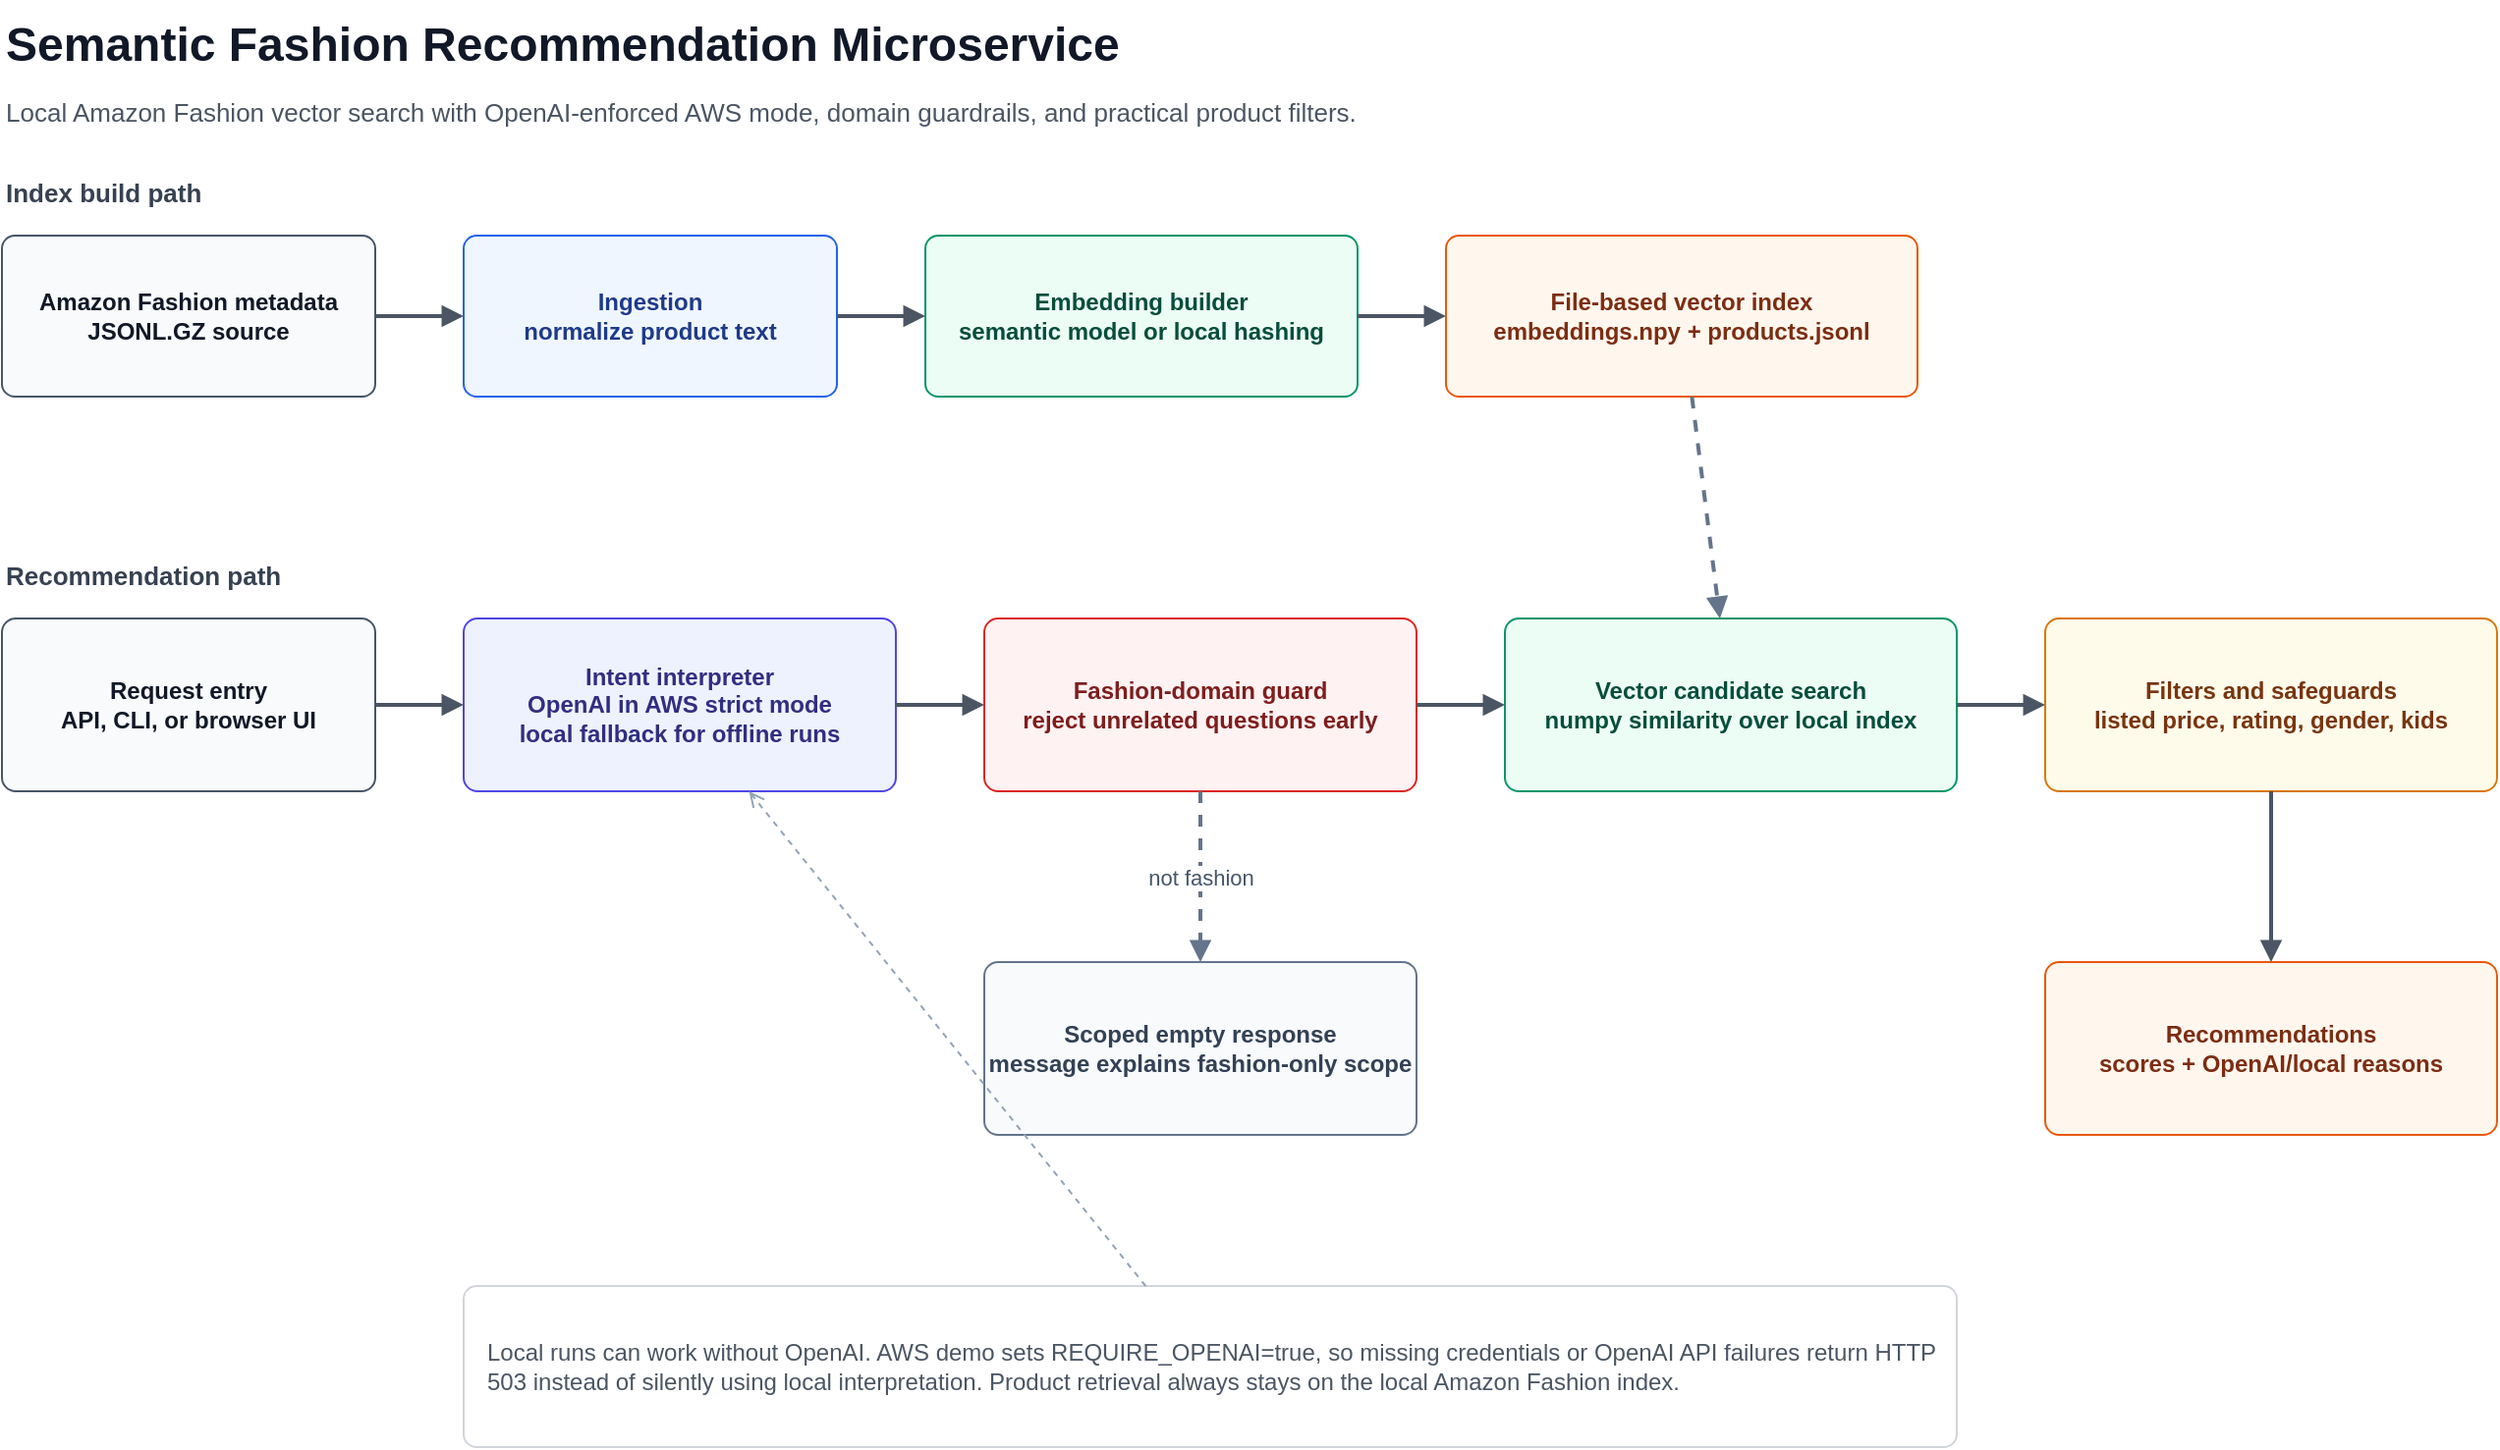
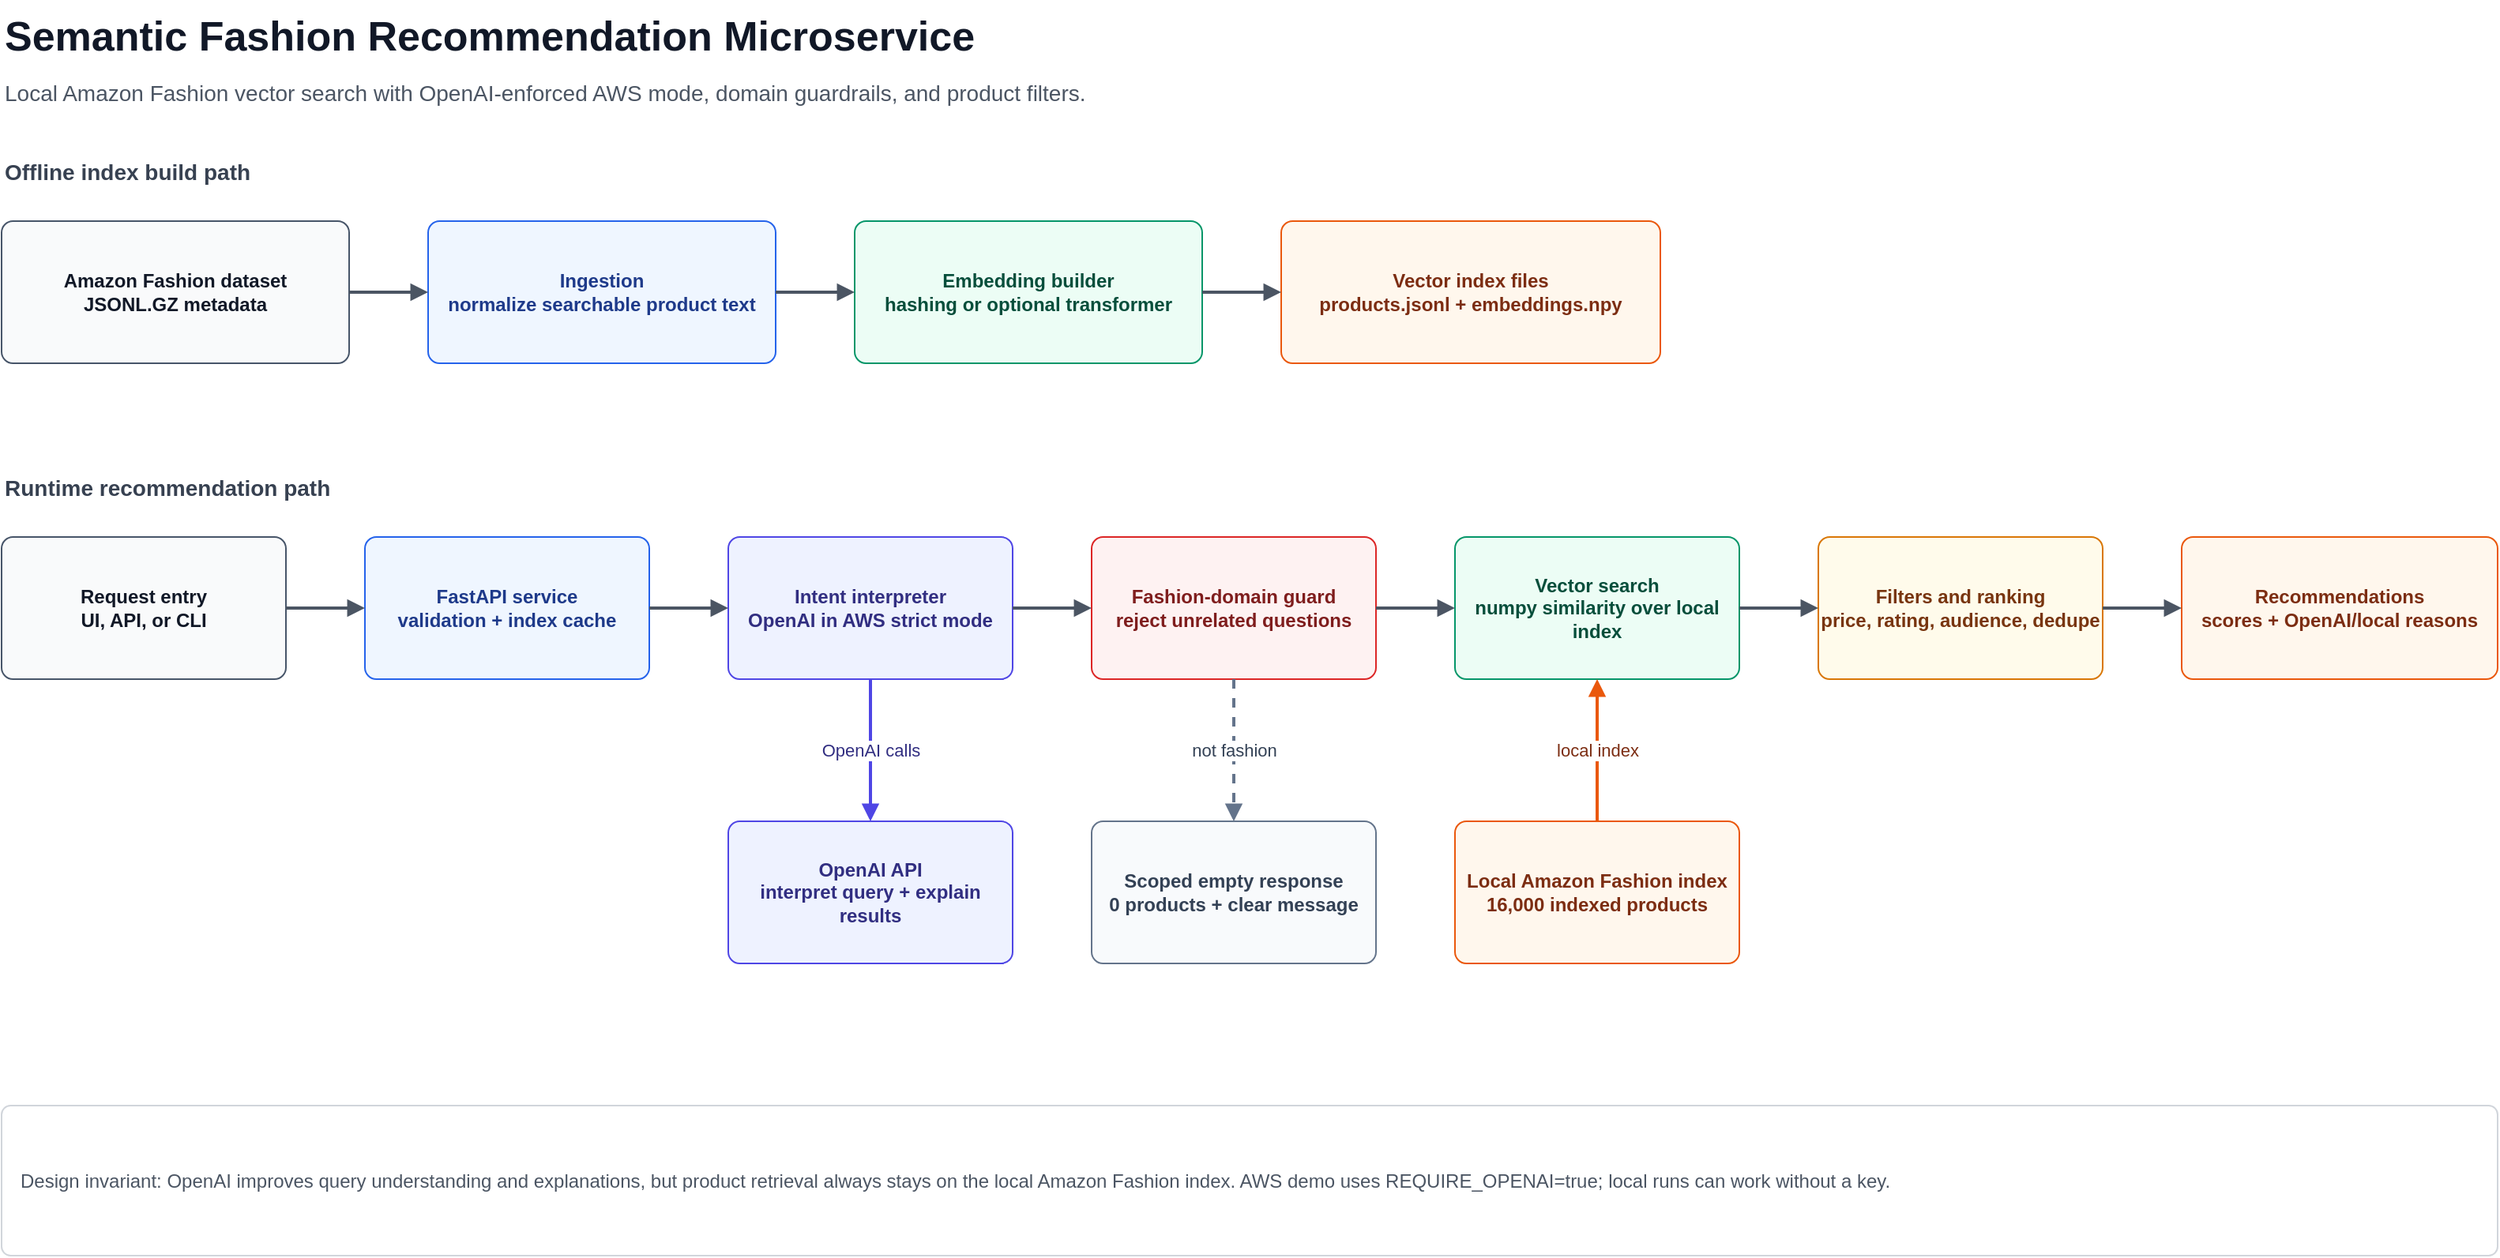
- <mxfile host="app.diagrams.net" modified="2026-07-01T00:00:00.000Z" agent="draw.io" version="24.7.17">
+ <mxfile host="app.diagrams.net" modified="2026-07-02T00:00:00.000Z" agent="draw.io" version="24.7.17">
  <diagram id="semantic-fashion-recommender" name="Architecture">
-     <mxGraphModel dx="1500" dy="900" grid="1" gridSize="10" guides="1" tooltips="1" connect="1" arrows="1" fold="1" page="1" pageScale="1" pageWidth="1500" pageHeight="900" math="0" shadow="0">
+     <mxGraphModel dx="1800" dy="950" grid="1" gridSize="10" guides="1" tooltips="1" connect="1" arrows="1" fold="1" page="1" pageScale="1" pageWidth="1800" pageHeight="950" math="0" shadow="0">
      <root>
        <mxCell id="0" />
        <mxCell id="1" parent="0" />
-         <mxCell id="title" value="Semantic Fashion Recommendation Microservice" style="text;html=1;strokeColor=none;fillColor=none;fontSize=24;fontStyle=1;fontColor=#111827;align=left;verticalAlign=middle;whiteSpace=wrap;rounded=0;" vertex="1" parent="1">
-           <mxGeometry x="60" y="35" width="650" height="45" as="geometry" />
+         <mxCell id="title" value="Semantic Fashion Recommendation Microservice" style="text;html=1;strokeColor=none;fillColor=none;fontSize=26;fontStyle=1;fontColor=#111827;align=left;verticalAlign=middle;whiteSpace=wrap;rounded=0;" vertex="1" parent="1">
+           <mxGeometry x="70" y="35" width="720" height="45" as="geometry" />
        </mxCell>
-         <mxCell id="subtitle" value="Local Amazon Fashion vector search with OpenAI-enforced AWS mode, domain guardrails, and practical product filters." style="text;html=1;strokeColor=none;fillColor=none;fontSize=13;fontColor=#4b5563;align=left;verticalAlign=middle;whiteSpace=wrap;rounded=0;" vertex="1" parent="1">
-           <mxGeometry x="60" y="78" width="760" height="28" as="geometry" />
+         <mxCell id="subtitle" value="Local Amazon Fashion vector search with OpenAI-enforced AWS mode, domain guardrails, and product filters." style="text;html=1;strokeColor=none;fillColor=none;fontSize=14;fontColor=#4b5563;align=left;verticalAlign=middle;whiteSpace=wrap;rounded=0;" vertex="1" parent="1">
+           <mxGeometry x="70" y="80" width="980" height="28" as="geometry" />
        </mxCell>

-         <mxCell id="offlineLabel" value="Index build path" style="text;html=1;strokeColor=none;fillColor=none;fontSize=13;fontStyle=1;fontColor=#374151;align=left;verticalAlign=middle;whiteSpace=wrap;rounded=0;" vertex="1" parent="1">
-           <mxGeometry x="60" y="120" width="180" height="26" as="geometry" />
+         <mxCell id="offlineLabel" value="Offline index build path" style="text;html=1;strokeColor=none;fillColor=none;fontSize=14;fontStyle=1;fontColor=#374151;align=left;verticalAlign=middle;whiteSpace=wrap;rounded=0;" vertex="1" parent="1">
+           <mxGeometry x="70" y="130" width="260" height="28" as="geometry" />
        </mxCell>
-         <mxCell id="dataset" value="Amazon Fashion metadata&#xa;JSONL.GZ source" style="rounded=1;whiteSpace=wrap;html=1;arcSize=8;fillColor=#f9fafb;strokeColor=#475569;fontColor=#111827;fontStyle=1;" vertex="1" parent="1">
-           <mxGeometry x="60" y="155" width="190" height="82" as="geometry" />
+         <mxCell id="dataset" value="Amazon Fashion dataset&#xa;JSONL.GZ metadata" style="rounded=1;whiteSpace=wrap;html=1;arcSize=8;fillColor=#f9fafb;strokeColor=#475569;fontColor=#111827;fontStyle=1;" vertex="1" parent="1">
+           <mxGeometry x="70" y="175" width="220" height="90" as="geometry" />
        </mxCell>
-         <mxCell id="ingest" value="Ingestion&#xa;normalize product text" style="rounded=1;whiteSpace=wrap;html=1;arcSize=8;fillColor=#eff6ff;strokeColor=#2563eb;fontColor=#1e3a8a;fontStyle=1;" vertex="1" parent="1">
-           <mxGeometry x="295" y="155" width="190" height="82" as="geometry" />
+         <mxCell id="ingest" value="Ingestion&#xa;normalize searchable product text" style="rounded=1;whiteSpace=wrap;html=1;arcSize=8;fillColor=#eff6ff;strokeColor=#2563eb;fontColor=#1e3a8a;fontStyle=1;" vertex="1" parent="1">
+           <mxGeometry x="340" y="175" width="220" height="90" as="geometry" />
        </mxCell>
-         <mxCell id="embed" value="Embedding builder&#xa;semantic model or local hashing" style="rounded=1;whiteSpace=wrap;html=1;arcSize=8;fillColor=#ecfdf5;strokeColor=#059669;fontColor=#064e3b;fontStyle=1;" vertex="1" parent="1">
-           <mxGeometry x="530" y="155" width="220" height="82" as="geometry" />
+         <mxCell id="embed" value="Embedding builder&#xa;hashing or optional transformer" style="rounded=1;whiteSpace=wrap;html=1;arcSize=8;fillColor=#ecfdf5;strokeColor=#059669;fontColor=#064e3b;fontStyle=1;" vertex="1" parent="1">
+           <mxGeometry x="610" y="175" width="220" height="90" as="geometry" />
        </mxCell>
-         <mxCell id="index" value="File-based vector index&#xa;embeddings.npy + products.jsonl" style="rounded=1;whiteSpace=wrap;html=1;arcSize=8;fillColor=#fff7ed;strokeColor=#ea580c;fontColor=#7c2d12;fontStyle=1;" vertex="1" parent="1">
-           <mxGeometry x="795" y="155" width="240" height="82" as="geometry" />
+         <mxCell id="indexBuild" value="Vector index files&#xa;products.jsonl + embeddings.npy" style="rounded=1;whiteSpace=wrap;html=1;arcSize=8;fillColor=#fff7ed;strokeColor=#ea580c;fontColor=#7c2d12;fontStyle=1;" vertex="1" parent="1">
+           <mxGeometry x="880" y="175" width="240" height="90" as="geometry" />
        </mxCell>

-         <mxCell id="runtimeLabel" value="Recommendation path" style="text;html=1;strokeColor=none;fillColor=none;fontSize=13;fontStyle=1;fontColor=#374151;align=left;verticalAlign=middle;whiteSpace=wrap;rounded=0;" vertex="1" parent="1">
-           <mxGeometry x="60" y="315" width="210" height="26" as="geometry" />
+         <mxCell id="runtimeLabel" value="Runtime recommendation path" style="text;html=1;strokeColor=none;fillColor=none;fontSize=14;fontStyle=1;fontColor=#374151;align=left;verticalAlign=middle;whiteSpace=wrap;rounded=0;" vertex="1" parent="1">
+           <mxGeometry x="70" y="330" width="280" height="28" as="geometry" />
        </mxCell>
-         <mxCell id="entry" value="Request entry&#xa;API, CLI, or browser UI" style="rounded=1;whiteSpace=wrap;html=1;arcSize=8;fillColor=#f9fafb;strokeColor=#475569;fontColor=#111827;fontStyle=1;" vertex="1" parent="1">
-           <mxGeometry x="60" y="350" width="190" height="88" as="geometry" />
+         <mxCell id="client" value="Request entry&#xa;UI, API, or CLI" style="rounded=1;whiteSpace=wrap;html=1;arcSize=8;fillColor=#f9fafb;strokeColor=#475569;fontColor=#111827;fontStyle=1;" vertex="1" parent="1">
+           <mxGeometry x="70" y="375" width="180" height="90" as="geometry" />
        </mxCell>
-         <mxCell id="intent" value="Intent interpreter&#xa;OpenAI in AWS strict mode&#xa;local fallback for offline runs" style="rounded=1;whiteSpace=wrap;html=1;arcSize=8;fillColor=#eef2ff;strokeColor=#4f46e5;fontColor=#312e81;fontStyle=1;" vertex="1" parent="1">
-           <mxGeometry x="295" y="350" width="220" height="88" as="geometry" />
+         <mxCell id="api" value="FastAPI service&#xa;validation + index cache" style="rounded=1;whiteSpace=wrap;html=1;arcSize=8;fillColor=#eff6ff;strokeColor=#2563eb;fontColor=#1e3a8a;fontStyle=1;" vertex="1" parent="1">
+           <mxGeometry x="300" y="375" width="180" height="90" as="geometry" />
        </mxCell>
-         <mxCell id="guard" value="Fashion-domain guard&#xa;reject unrelated questions early" style="rounded=1;whiteSpace=wrap;html=1;arcSize=8;fillColor=#fef2f2;strokeColor=#dc2626;fontColor=#7f1d1d;fontStyle=1;" vertex="1" parent="1">
-           <mxGeometry x="560" y="350" width="220" height="88" as="geometry" />
+         <mxCell id="intent" value="Intent interpreter&#xa;OpenAI in AWS strict mode" style="rounded=1;whiteSpace=wrap;html=1;arcSize=8;fillColor=#eef2ff;strokeColor=#4f46e5;fontColor=#312e81;fontStyle=1;" vertex="1" parent="1">
+           <mxGeometry x="530" y="375" width="180" height="90" as="geometry" />
        </mxCell>
-         <mxCell id="search" value="Vector candidate search&#xa;numpy similarity over local index" style="rounded=1;whiteSpace=wrap;html=1;arcSize=8;fillColor=#ecfdf5;strokeColor=#059669;fontColor=#064e3b;fontStyle=1;" vertex="1" parent="1">
-           <mxGeometry x="825" y="350" width="230" height="88" as="geometry" />
+         <mxCell id="guard" value="Fashion-domain guard&#xa;reject unrelated questions" style="rounded=1;whiteSpace=wrap;html=1;arcSize=8;fillColor=#fef2f2;strokeColor=#dc2626;fontColor=#7f1d1d;fontStyle=1;" vertex="1" parent="1">
+           <mxGeometry x="760" y="375" width="180" height="90" as="geometry" />
        </mxCell>
-         <mxCell id="filters" value="Filters and safeguards&#xa;listed price, rating, gender, kids" style="rounded=1;whiteSpace=wrap;html=1;arcSize=8;fillColor=#fffbeb;strokeColor=#d97706;fontColor=#78350f;fontStyle=1;" vertex="1" parent="1">
-           <mxGeometry x="1100" y="350" width="230" height="88" as="geometry" />
+         <mxCell id="search" value="Vector search&#xa;numpy similarity over local index" style="rounded=1;whiteSpace=wrap;html=1;arcSize=8;fillColor=#ecfdf5;strokeColor=#059669;fontColor=#064e3b;fontStyle=1;" vertex="1" parent="1">
+           <mxGeometry x="990" y="375" width="180" height="90" as="geometry" />
+         </mxCell>
+         <mxCell id="rank" value="Filters and ranking&#xa;price, rating, audience, dedupe" style="rounded=1;whiteSpace=wrap;html=1;arcSize=8;fillColor=#fffbeb;strokeColor=#d97706;fontColor=#78350f;fontStyle=1;" vertex="1" parent="1">
+           <mxGeometry x="1220" y="375" width="180" height="90" as="geometry" />
        </mxCell>
        <mxCell id="response" value="Recommendations&#xa;scores + OpenAI/local reasons" style="rounded=1;whiteSpace=wrap;html=1;arcSize=8;fillColor=#fff7ed;strokeColor=#ea580c;fontColor=#7c2d12;fontStyle=1;" vertex="1" parent="1">
-           <mxGeometry x="1100" y="525" width="230" height="88" as="geometry" />
-         </mxCell>
-         <mxCell id="empty" value="Scoped empty response&#xa;message explains fashion-only scope" style="rounded=1;whiteSpace=wrap;html=1;arcSize=8;fillColor=#f8fafc;strokeColor=#64748b;fontColor=#334155;fontStyle=1;" vertex="1" parent="1">
-           <mxGeometry x="560" y="525" width="220" height="88" as="geometry" />
-         </mxCell>
-         <mxCell id="note" value="Local runs can work without OpenAI. AWS demo sets REQUIRE_OPENAI=true, so missing credentials or OpenAI API failures return HTTP 503 instead of silently using local interpretation. Product retrieval always stays on the local Amazon Fashion index." style="rounded=1;whiteSpace=wrap;html=1;arcSize=8;fillColor=#ffffff;strokeColor=#d1d5db;fontColor=#4b5563;align=left;spacing=12;" vertex="1" parent="1">
-           <mxGeometry x="295" y="690" width="760" height="82" as="geometry" />
+           <mxGeometry x="1450" y="375" width="200" height="90" as="geometry" />
        </mxCell>

-         <mxCell id="e1" style="endArrow=block;html=1;rounded=0;strokeWidth=2;strokeColor=#4b5563;" edge="1" parent="1" source="dataset" target="ingest">
-           <mxGeometry relative="1" as="geometry" />
+         <mxCell id="openai" value="OpenAI API&#xa;interpret query + explain results" style="rounded=1;whiteSpace=wrap;html=1;arcSize=8;fillColor=#eef2ff;strokeColor=#4f46e5;fontColor=#312e81;fontStyle=1;" vertex="1" parent="1">
+           <mxGeometry x="530" y="555" width="180" height="90" as="geometry" />
        </mxCell>
-         <mxCell id="e2" style="endArrow=block;html=1;rounded=0;strokeWidth=2;strokeColor=#4b5563;" edge="1" parent="1" source="ingest" target="embed">
-           <mxGeometry relative="1" as="geometry" />
+         <mxCell id="empty" value="Scoped empty response&#xa;0 products + clear message" style="rounded=1;whiteSpace=wrap;html=1;arcSize=8;fillColor=#f8fafc;strokeColor=#64748b;fontColor=#334155;fontStyle=1;" vertex="1" parent="1">
+           <mxGeometry x="760" y="555" width="180" height="90" as="geometry" />
        </mxCell>
-         <mxCell id="e3" style="endArrow=block;html=1;rounded=0;strokeWidth=2;strokeColor=#4b5563;" edge="1" parent="1" source="embed" target="index">
-           <mxGeometry relative="1" as="geometry" />
+         <mxCell id="indexRuntime" value="Local Amazon Fashion index&#xa;16,000 indexed products" style="rounded=1;whiteSpace=wrap;html=1;arcSize=8;fillColor=#fff7ed;strokeColor=#ea580c;fontColor=#7c2d12;fontStyle=1;" vertex="1" parent="1">
+           <mxGeometry x="990" y="555" width="180" height="90" as="geometry" />
        </mxCell>
-         <mxCell id="e4" style="endArrow=block;html=1;rounded=0;strokeWidth=2;strokeColor=#4b5563;" edge="1" parent="1" source="entry" target="intent">
-           <mxGeometry relative="1" as="geometry" />
+ 
+         <mxCell id="note" value="Design invariant: OpenAI improves query understanding and explanations, but product retrieval always stays on the local Amazon Fashion index. AWS demo uses REQUIRE_OPENAI=true; local runs can work without a key." style="rounded=1;whiteSpace=wrap;html=1;arcSize=6;fillColor=#ffffff;strokeColor=#d1d5db;fontColor=#4b5563;align=left;spacing=12;" vertex="1" parent="1">
+           <mxGeometry x="70" y="735" width="1580" height="95" as="geometry" />
        </mxCell>
-         <mxCell id="e5" style="endArrow=block;html=1;rounded=0;strokeWidth=2;strokeColor=#4b5563;" edge="1" parent="1" source="intent" target="guard">
-           <mxGeometry relative="1" as="geometry" />
-         </mxCell>
-         <mxCell id="e6" style="endArrow=block;html=1;rounded=0;strokeWidth=2;strokeColor=#4b5563;fontColor=#374151;" edge="1" parent="1" source="guard" target="search">
-           <mxGeometry relative="1" as="geometry" />
-         </mxCell>
-         <mxCell id="e7" style="endArrow=block;html=1;rounded=0;strokeWidth=2;strokeColor=#4b5563;" edge="1" parent="1" source="search" target="filters">
-           <mxGeometry relative="1" as="geometry" />
-         </mxCell>
-         <mxCell id="e8" style="endArrow=block;html=1;rounded=0;strokeWidth=2;strokeColor=#4b5563;" edge="1" parent="1" source="filters" target="response">
-           <mxGeometry relative="1" as="geometry" />
-         </mxCell>
-         <mxCell id="e9" value="not fashion" style="endArrow=block;html=1;rounded=0;strokeWidth=2;strokeColor=#64748b;fontColor=#475569;dashed=1;" edge="1" parent="1" source="guard" target="empty">
-           <mxGeometry relative="1" as="geometry" />
-         </mxCell>
-         <mxCell id="e10" style="endArrow=block;html=1;rounded=0;strokeWidth=2;strokeColor=#64748b;dashed=1;" edge="1" parent="1" source="index" target="search">
-           <mxGeometry relative="1" as="geometry">
-             <mxPoint x="915" y="250" as="sourcePoint" />
-             <mxPoint x="940" y="340" as="targetPoint" />
-           </mxGeometry>
-         </mxCell>
-         <mxCell id="e11" style="endArrow=open;html=1;rounded=0;strokeColor=#94a3b8;dashed=1;" edge="1" parent="1" source="note" target="intent">
-           <mxGeometry relative="1" as="geometry" />
-         </mxCell>
+ 
+         <mxCell id="e1" style="edgeStyle=orthogonalEdgeStyle;endArrow=block;html=1;rounded=0;strokeWidth=2;strokeColor=#4b5563;exitX=1;exitY=0.5;entryX=0;entryY=0.5;" edge="1" parent="1" source="dataset" target="ingest"><mxGeometry relative="1" as="geometry" /></mxCell>
+         <mxCell id="e2" style="edgeStyle=orthogonalEdgeStyle;endArrow=block;html=1;rounded=0;strokeWidth=2;strokeColor=#4b5563;exitX=1;exitY=0.5;entryX=0;entryY=0.5;" edge="1" parent="1" source="ingest" target="embed"><mxGeometry relative="1" as="geometry" /></mxCell>
+         <mxCell id="e3" style="edgeStyle=orthogonalEdgeStyle;endArrow=block;html=1;rounded=0;strokeWidth=2;strokeColor=#4b5563;exitX=1;exitY=0.5;entryX=0;entryY=0.5;" edge="1" parent="1" source="embed" target="indexBuild"><mxGeometry relative="1" as="geometry" /></mxCell>
+         <mxCell id="e4" style="edgeStyle=orthogonalEdgeStyle;endArrow=block;html=1;rounded=0;strokeWidth=2;strokeColor=#4b5563;exitX=1;exitY=0.5;entryX=0;entryY=0.5;" edge="1" parent="1" source="client" target="api"><mxGeometry relative="1" as="geometry" /></mxCell>
+         <mxCell id="e5" style="edgeStyle=orthogonalEdgeStyle;endArrow=block;html=1;rounded=0;strokeWidth=2;strokeColor=#4b5563;exitX=1;exitY=0.5;entryX=0;entryY=0.5;" edge="1" parent="1" source="api" target="intent"><mxGeometry relative="1" as="geometry" /></mxCell>
+         <mxCell id="e6" style="edgeStyle=orthogonalEdgeStyle;endArrow=block;html=1;rounded=0;strokeWidth=2;strokeColor=#4b5563;exitX=1;exitY=0.5;entryX=0;entryY=0.5;" edge="1" parent="1" source="intent" target="guard"><mxGeometry relative="1" as="geometry" /></mxCell>
+         <mxCell id="e7" style="edgeStyle=orthogonalEdgeStyle;endArrow=block;html=1;rounded=0;strokeWidth=2;strokeColor=#4b5563;exitX=1;exitY=0.5;entryX=0;entryY=0.5;" edge="1" parent="1" source="guard" target="search"><mxGeometry relative="1" as="geometry" /></mxCell>
+         <mxCell id="e8" style="edgeStyle=orthogonalEdgeStyle;endArrow=block;html=1;rounded=0;strokeWidth=2;strokeColor=#4b5563;exitX=1;exitY=0.5;entryX=0;entryY=0.5;" edge="1" parent="1" source="search" target="rank"><mxGeometry relative="1" as="geometry" /></mxCell>
+         <mxCell id="e9" style="edgeStyle=orthogonalEdgeStyle;endArrow=block;html=1;rounded=0;strokeWidth=2;strokeColor=#4b5563;exitX=1;exitY=0.5;entryX=0;entryY=0.5;" edge="1" parent="1" source="rank" target="response"><mxGeometry relative="1" as="geometry" /></mxCell>
+         <mxCell id="e10" value="OpenAI calls" style="edgeStyle=orthogonalEdgeStyle;endArrow=block;html=1;rounded=0;strokeWidth=2;strokeColor=#4f46e5;fontColor=#312e81;exitX=0.5;exitY=1;entryX=0.5;entryY=0;" edge="1" parent="1" source="intent" target="openai"><mxGeometry relative="1" as="geometry" /></mxCell>
+         <mxCell id="e11" value="not fashion" style="edgeStyle=orthogonalEdgeStyle;endArrow=block;html=1;rounded=0;strokeWidth=2;strokeColor=#64748b;fontColor=#334155;dashed=1;exitX=0.5;exitY=1;entryX=0.5;entryY=0;" edge="1" parent="1" source="guard" target="empty"><mxGeometry relative="1" as="geometry" /></mxCell>
+         <mxCell id="e12" value="local index" style="edgeStyle=orthogonalEdgeStyle;endArrow=block;html=1;rounded=0;strokeWidth=2;strokeColor=#ea580c;fontColor=#7c2d12;exitX=0.5;exitY=0;entryX=0.5;entryY=1;" edge="1" parent="1" source="indexRuntime" target="search"><mxGeometry relative="1" as="geometry" /></mxCell>
      </root>
    </mxGraphModel>
  </diagram>
</mxfile>
